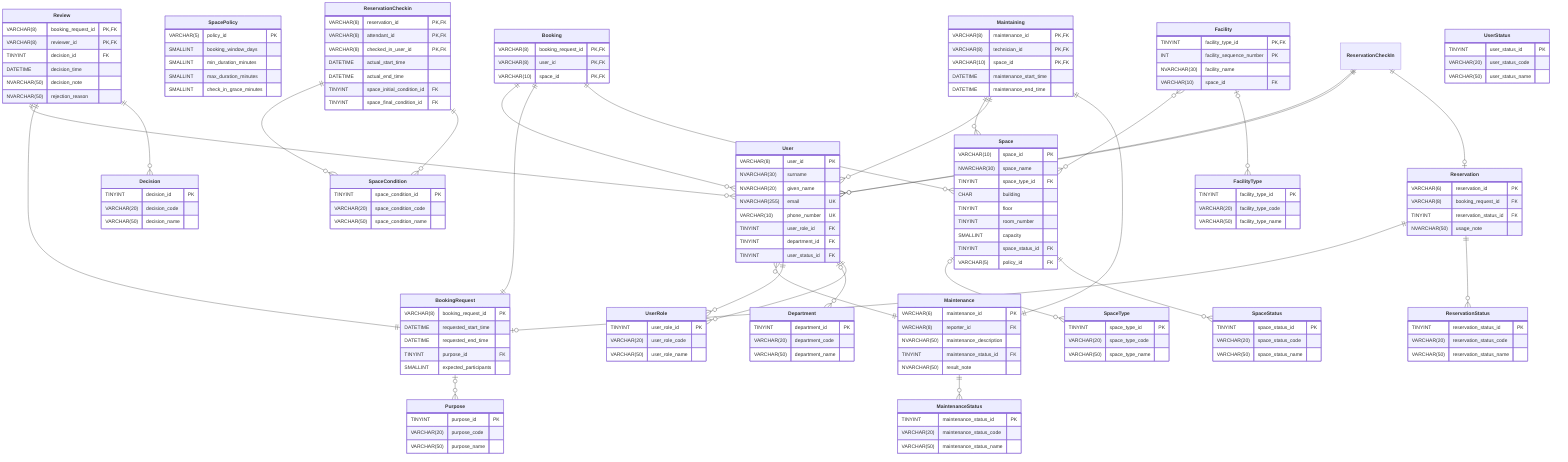
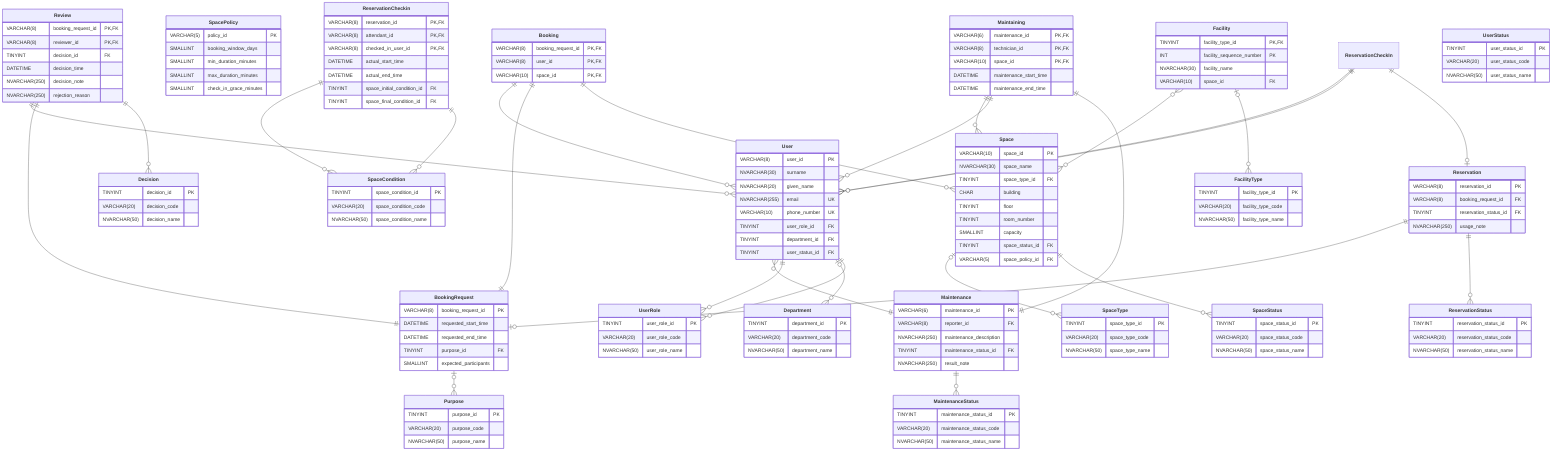
+ %%%%%%%%%%%%%%%%%%%%%%%%%%%%%%%%%%%%%%%%%%%%%%%%%%%%%%%%%%%%%%%%%%
+ %%%%%%%%%%%%% !! BIG ASS WARNING BIG ASS WARNING !! %%%%%%%%%%%%%%
+ %%%%%%%%%%%%%%%%%%%%%%%%%%%%%%%%%%%%%%%%%%%%%%%%%%%%%%%%%%%%%%%%%%
+ %%%%%%%%%% THIS DIAGRAM CONTAINS ZERO-WIDTH SPACE       %%%%%%%%%%
+ %%%%%%%%%% ZERO-WIDTH SPACE IS USED TO BYPASS           %%%%%%%%%%
+ %%%%%%%%%% RELATIONSHIP FORCED NAMING                   %%%%%%%%%%
+ %%%%%%%%%% TAKE CAUTION WHEN VIEWING/COPYING            %%%%%%%%%%
+ %%%%%%%%%%%%%%%%%%%%%%%%%%%%%%%%%%%%%%%%%%%%%%%%%%%%%%%%%%%%%%%%%%
+ 
erDiagram

%%%%%%%%%%%%%%%%%%%%%%%%%%%%%%%%%%%%%
%%%%%%%%%%%%% ENTITIES %%%%%%%%%%%%%%
%%%%%%%%%%%%%%%%%%%%%%%%%%%%%%%%%%%%%
**Space** {
	VARCHAR(10) 	space_id 					PK
	NVARCHAR(30) 	space_name
	TINYINT 		space_type_id 				FK
	CHAR 			building
	TINYINT 		floor
	TINYINT 		room_number
	SMALLINT 		capacity
	TINYINT 		space_status_id				FK
- 	VARCHAR(5) 		policy_id					FK
+ 	VARCHAR(5) 		space_policy_id				FK
}

**User** {
	VARCHAR(8) 		user_id 					PK
	NVARCHAR(30) 	surname
	NVARCHAR(20) 	given_name
	NVARCHAR(255) 	email 						UK
	VARCHAR(10) 	phone_number 				UK
	TINYINT 		user_role_id				FK
	TINYINT 		department_id				FK
	TINYINT		 	user_status_id				FK
}

**Facility** {
	TINYINT 		facility_type_id 			PK, FK
	INT 			facility_sequence_number 	PK
	NVARCHAR(30) 	facility_name
	VARCHAR(10) 	space_id 					FK
}

**BookingRequest** {
	VARCHAR(8) 		booking_request_id 			PK
	DATETIME 		requested_start_time
	DATETIME 		requested_end_time
	TINYINT 		purpose_id 					FK
	SMALLINT 		expected_participants
}

**Reservation** {
- 	VARCHAR(6) 		reservation_id 				PK
+ 	VARCHAR(8) 		reservation_id 				PK
	VARCHAR(8) 		booking_request_id 			FK
	TINYINT 		reservation_status_id 		FK
- 	NVARCHAR(50)	usage_note
+ 	NVARCHAR(250)	usage_note
}

**Maintenance** {
	VARCHAR(6)		maintenance_id				PK
	VARCHAR(8)		reporter_id					FK
- 	NVARCHAR(50)	maintenance_description
+ 	NVARCHAR(250)	maintenance_description
	TINYINT			maintenance_status_id		FK
- 	NVARCHAR(50)	result_note
+ 	NVARCHAR(250)	result_note
}

**SpacePolicy** {
	VARCHAR(5)		policy_id					PK
	SMALLINT		booking_window_days
	SMALLINT		min_duration_minutes
	SMALLINT		max_duration_minutes
	SMALLINT		check_in_grace_minutes
}

%%%%%%%%%%%%%%%%%%%%%%%%%%%%%%%%
%%% RELATIONSHIPS (EXCITING) %%%
%%%%%%%%%%%%%%%%%%%%%%%%%%%%%%%%
**Booking** {
	VARCHAR(8)		booking_request_id			PK, FK
	VARCHAR(8)		user_id						PK, FK
	VARCHAR(10)		space_id					PK, FK
}
**Booking** ||--o{ **User** : ​
**Booking** ||--|| **BookingRequest** : ​
**Booking** ||--o{ **Space** : ​

**Review** {
	VARCHAR(8) 		booking_request_id 			PK, FK
	VARCHAR(8) 		reviewer_id 				PK, FK
	TINYINT 		decision_id 				FK
	DATETIME 		decision_time
- 	NVARCHAR(50) 	decision_note
- 	NVARCHAR(50) 	rejection_reason
+ 	NVARCHAR(250) 	decision_note
+ 	NVARCHAR(250) 	rejection_reason
}
**Review** ||--o{ **User** : ​
**Review** ||--|| **BookingRequest** : ​

**ReservationCheckin** {
	VARCHAR(8)		reservation_id				PK, FK
	VARCHAR(8)		attendant_id				PK, FK
	VARCHAR(8)		checked_in_user_id			PK, FK
	DATETIME		actual_start_time
	DATETIME		actual_end_time
	TINYINT			space_initial_condition_id	FK
	TINYINT			space_final_condition_id	FK
}
**ReservationCheckIn** ||--o{ **User** : ​
**ReservationCheckIn** ||--o{ **User** : ​
**ReservationCheckIn** ||--o| **Reservation** : ​

**Maintaining** {
- 	VARCHAR(8)		maintenance_id				PK, FK
+ 	VARCHAR(6)		maintenance_id				PK, FK
	VARCHAR(8)		technician_id				PK, FK
	VARCHAR(10)		space_id					PK, FK
	DATETIME		maintenance_start_time
	DATETIME		maintenance_end_time
}
**Maintaining** ||--o{ **Space** : ​
**Maintaining** ||--o{ **User** : ​
**Maintaining** ||--|| **Maintenance**: ​

%%%%%%%%%%%%%%%%%%%%%%%%%%%%%%%%%%%%%%%%%
%%%%% RELATIONSHIPS (LESS EXCITING) %%%%%
%%%%%%%%%%%%%%%%%%%%%%%%%%%%%%%%%%%%%%%%%
**Facility** }o--o{ **Space** : ​
**Reservation** ||--o| **BookingRequest** : ​
**User** }o--|| **Maintenance** : ​

%%%%%%%%%%%%%%%%%%%%%%%%%%%%%%%%%%%%%%%%%
%%%%%%%%%%% ENTITY (FUCKASS) %%%%%%%%%%%%
%%%%%%%%%%%%%%%%%%%%%%%%%%%%%%%%%%%%%%%%%
**SpaceType** {
	TINYINT 		space_type_id 				PK
	VARCHAR(20) 	space_type_code
- 	VARCHAR(50)		space_type_name
+ 	NVARCHAR(50)	space_type_name
}

**UserRole** {
	TINYINT 		user_role_id 				PK
	VARCHAR(20) 	user_role_code
- 	VARCHAR(50)		user_role_name
+ 	NVARCHAR(50)	user_role_name
}

**SpaceStatus** {
	TINYINT 		space_status_id				PK
	VARCHAR(20) 	space_status_code
- 	VARCHAR(50)		space_status_name
+ 	NVARCHAR(50)	space_status_name
}

**Department** {
	TINYINT 		department_id 				PK
	VARCHAR(20) 	department_code
- 	VARCHAR(50)		department_name
+ 	NVARCHAR(50)		department_name
}

**FacilityType** {
	TINYINT 		facility_type_id			PK
	VARCHAR(20) 	facility_type_code
- 	VARCHAR(50)		facility_type_name
+ 	NVARCHAR(50)		facility_type_name
}

**Purpose** {
	TINYINT 		purpose_id	 				PK
	VARCHAR(20) 	purpose_code
- 	VARCHAR(50)		purpose_name
+ 	NVARCHAR(50)	purpose_name
}

**Decision** {
	TINYINT 		decision_id 				PK
	VARCHAR(20) 	decision_code
- 	VARCHAR(50)		decision_name
+ 	NVARCHAR(50)	decision_name
}

**ReservationStatus** {
	TINYINT 		reservation_status_id		PK
	VARCHAR(20) 	reservation_status_code
- 	VARCHAR(50)		reservation_status_name
+ 	NVARCHAR(50)	reservation_status_name
}

**MaintenanceStatus** {
	TINYINT 		maintenance_status_id		PK
	VARCHAR(20) 	maintenance_status_code
- 	VARCHAR(50)		maintenance_status_name
+ 	NVARCHAR(50)	maintenance_status_name
}

**UserStatus** {
- 	TINYINT 		user_status_id		PK
+ 	TINYINT 		user_status_id				PK
	VARCHAR(20) 	user_status_code
- 	VARCHAR(50)		user_status_name
+ 	NVARCHAR(50)	user_status_name
}

**SpaceCondition** {
- 	TINYINT 		space_condition_id		PK
+ 	TINYINT 		space_condition_id			PK
	VARCHAR(20) 	space_condition_code
- 	VARCHAR(50)		space_condition_name
+ 	NVARCHAR(50)	space_condition_name
}

%%%%%%%%%%%%%%%%%%%%%%%%%%%%%%%%%%%%%%%%%
%%%%%%%% RELATIONSHIP (FUCKASS) %%%%%%%%%
%%%%%%%%%%%%%%%%%%%%%%%%%%%%%%%%%%%%%%%%%
**Space** |o--o{ **SpaceType** : ​
**User** ||--o{ **UserRole** : ​
**Space** ||--o{ **SpaceStatus** : ​
**User** |o--o{ **Department** : ​
**Facility** |o--o{ **FacilityType** : ​
**BookingRequest** |o--o{ **Purpose** : ​
**Review** ||--o{ **Decision** : ​
**Reservation** ||--o{ **ReservationStatus** : ​
**Maintenance** ||--o{ **MaintenanceStatus** : ​
**User** ||--o{ **UserRole** : ​
**ReservationCheckin** ||--o{ **SpaceCondition**: ​
**ReservationCheckin** ||--o{ **SpaceCondition**: ​